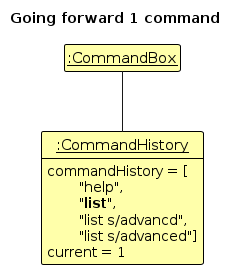
The PlantUML diagram diagrams/CommandHistoryState5.png in choppyback/tp, before a commit. Its source is kept beside it as diagrams/CommandHistoryState5.puml.
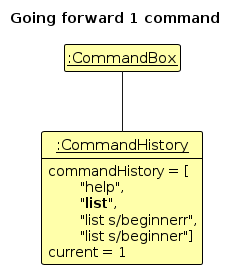
After the change.

What changed in the source:
```diff
@@ -9,7 +9,7 @@
 title "Going forward 1 command"
 Class "<u>:CommandBox" as CommandBox
 Class "<u>:CommandHistory" as CommandHistory {
-    commandHistory = [\n\t"help",\n\t"<b>list</b>", \n\t"list s/advancd",\n\t"list s/advanced"]
+    commandHistory = [\n\t"help",\n\t"<b>list</b>", \n\t"list s/beginnerr",\n\t"list s/beginner"]
     current = 1
 }
 CommandBox -- CommandHistory
```
